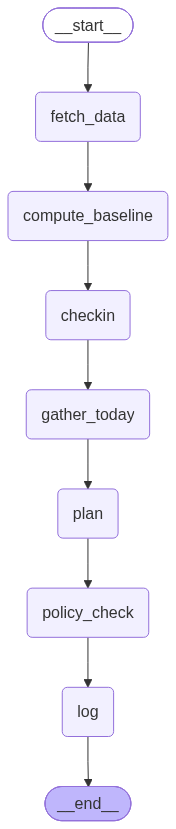
Above: docs/graph.png in sakethss98/oura-coach (Mermaid), before the change. Its source is kept beside it as docs/graph.mmd.
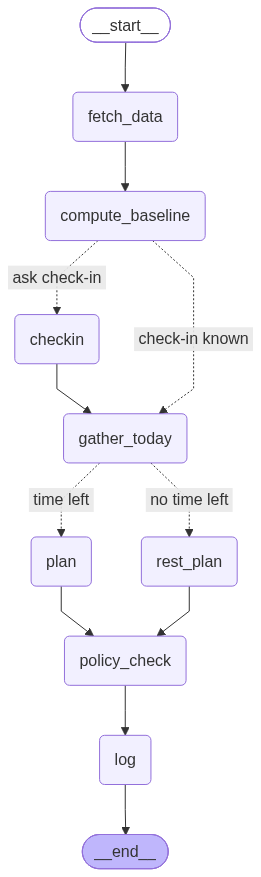
After the commit.

The edit, as a diff of the source:
```diff
@@ -10,16 +10,20 @@
 	checkin(checkin)
 	gather_today(gather_today)
 	plan(plan)
+	rest_plan(rest_plan)
 	policy_check(policy_check)
 	log(log)
 	__end__([<p>__end__</p>]):::last
 	__start__ --> fetch_data;
 	checkin --> gather_today;
-	compute_baseline --> checkin;
+	compute_baseline -. &nbsp;ask check-in&nbsp; .-> checkin;
+	compute_baseline -. &nbsp;check-in known&nbsp; .-> gather_today;
 	fetch_data --> compute_baseline;
-	gather_today --> plan;
+	gather_today -. &nbsp;time left&nbsp; .-> plan;
+	gather_today -. &nbsp;no time left&nbsp; .-> rest_plan;
 	plan --> policy_check;
 	policy_check --> log;
+	rest_plan --> policy_check;
 	log --> __end__;
 	classDef default fill:#f2f0ff,line-height:1.2
 	classDef first fill-opacity:0
```
